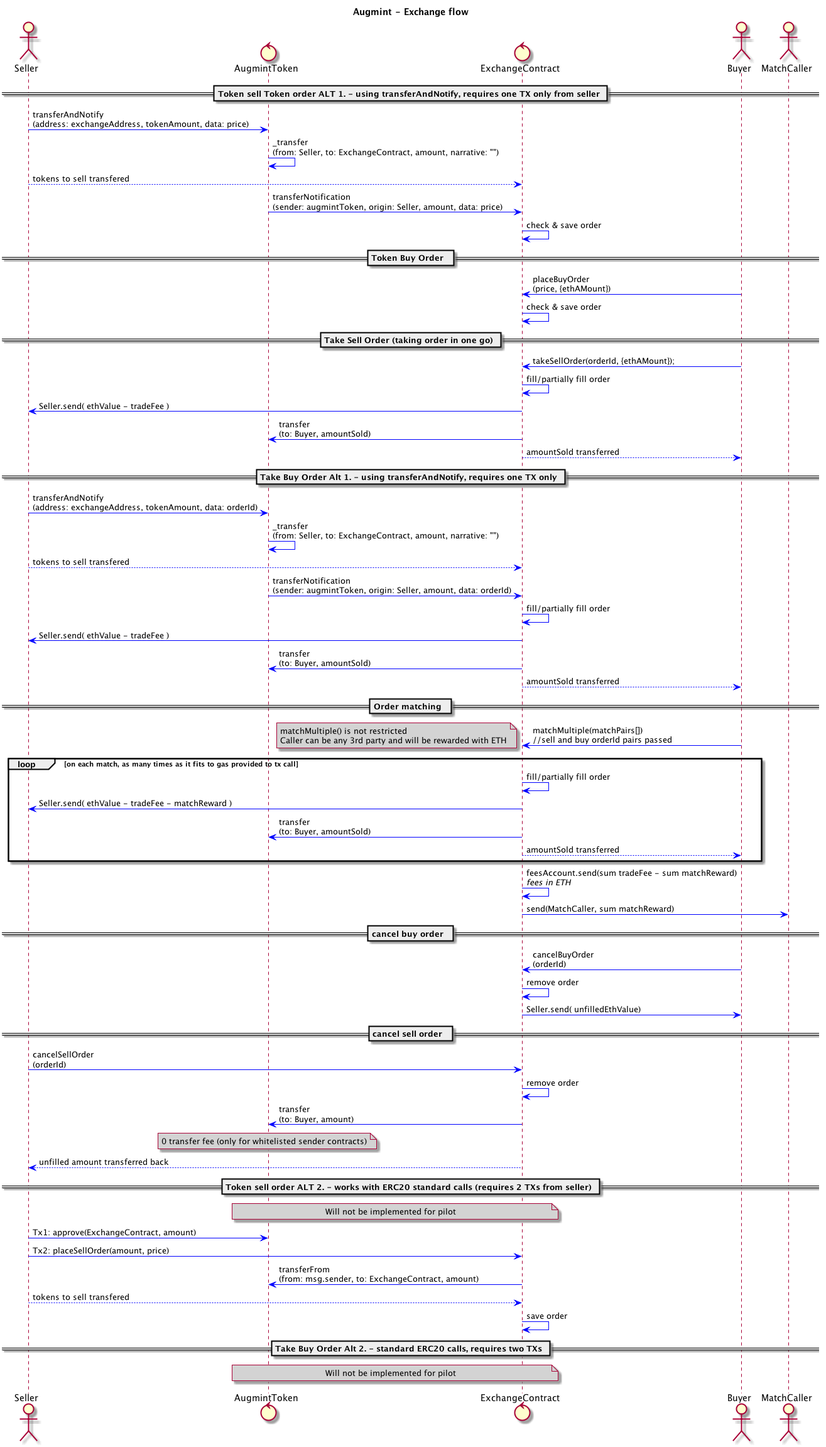
Before: docs/exchangeFlow.png, a diagram exported from PlantUML (Augmint/augmint-contracts).
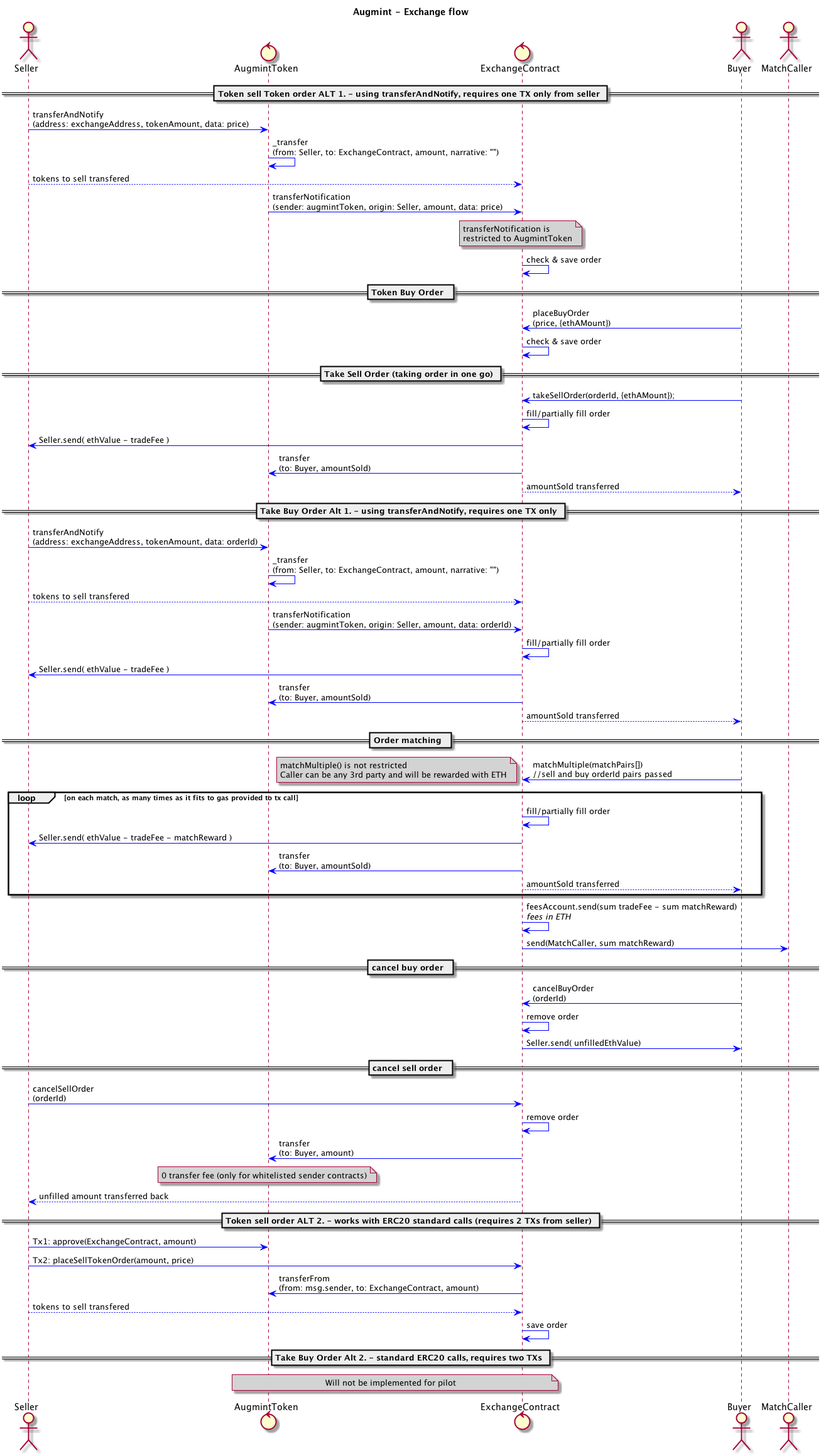
After the change.

Commit message:
minor sequence diagram updates (notes + placeSellTokenOrder) #2

Diff of the diagram source:
```diff
@@ -13,6 +13,10 @@
 AugmintToken -> AugmintToken : _transfer\n(from: Seller, to: ExchangeContract, amount, narrative: "")
 Seller --> ExchangeContract : tokens to sell transfered
 AugmintToken -> ExchangeContract : transferNotification\n(sender: augmintToken, origin: Seller, amount, data: price)
+note over ExchangeContract
+    transferNotification is
+    restricted to AugmintToken
+end note
 ExchangeContract -> ExchangeContract : check & save order
 
 == Token Buy Order  ==
@@ -66,11 +70,8 @@
 ExchangeContract --> Seller : unfilled amount transferred back
 
 == Token sell order ALT 2. - works with ERC20 standard calls (requires 2 TXs from seller) ==
-note over AugmintToken, ExchangeContract
-    Will not be implemented for pilot
-end note
 Seller -> AugmintToken : Tx1: approve(ExchangeContract, amount)
-Seller -> ExchangeContract : Tx2: placeSellOrder(amount, price)
+Seller -> ExchangeContract : Tx2: placeSellTokenOrder(amount, price)
 ExchangeContract -> AugmintToken : transferFrom\n(from: msg.sender, to: ExchangeContract, amount)
 Seller --> ExchangeContract : tokens to sell transfered
 ExchangeContract -> ExchangeContract : save order
```
